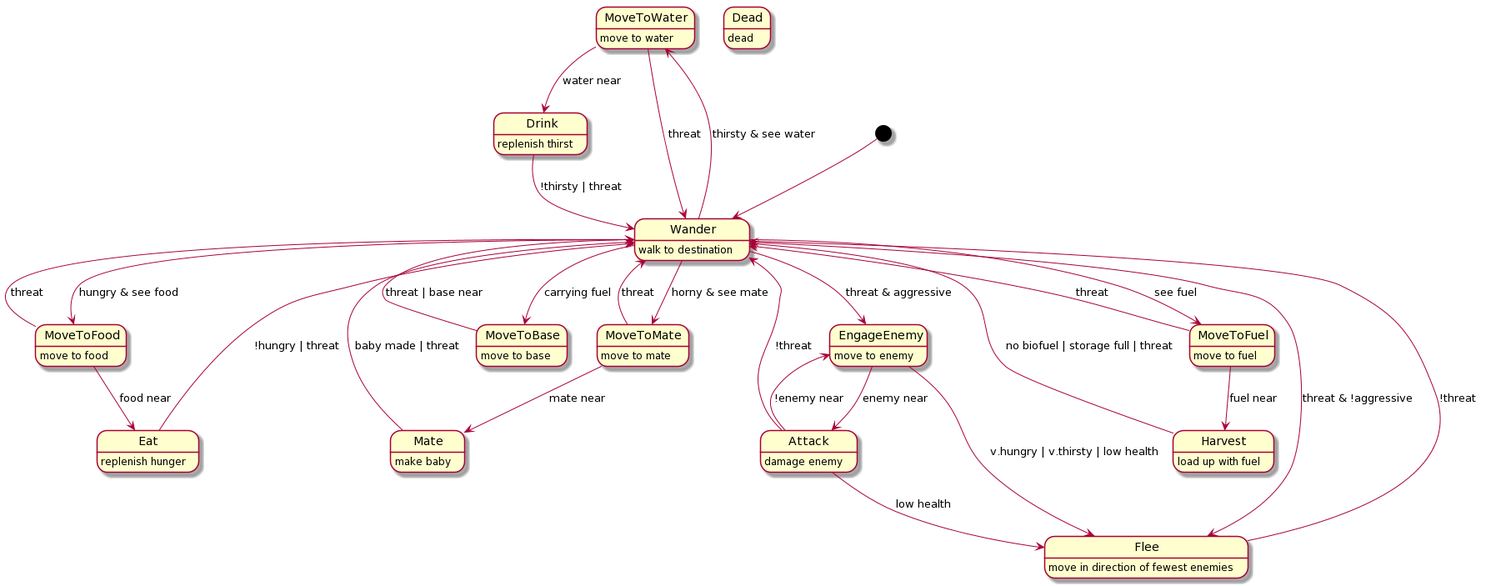
The PlantUML diagram State Diagram/picture.png in pablolluchr/genetica, before a commit.
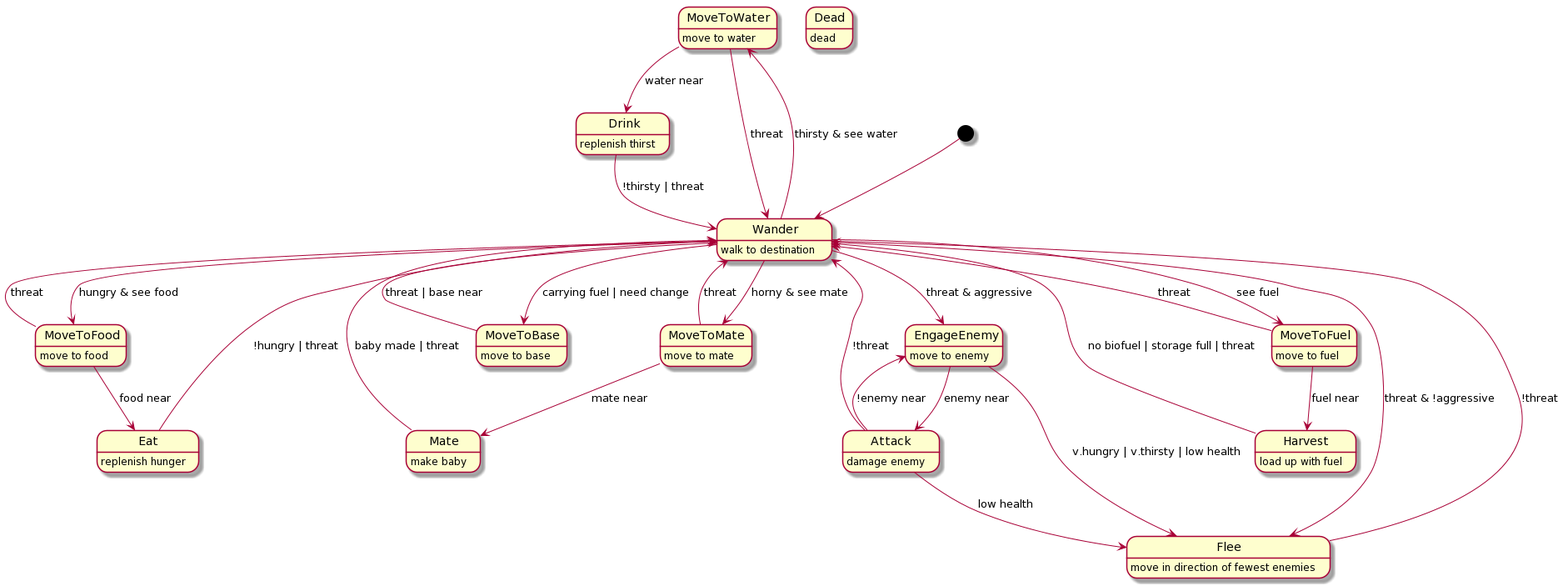
The same file after the commit.

Commit message:
updated state diagrams

The edit, as a diff of the source:
```diff
@@ -50,7 +50,7 @@
 Wander --> Flee : threat & !aggressive
 Wander --> MoveToWater : thirsty & see water
 Wander --> MoveToFood : hungry & see food
-Wander --> MoveToBase : carrying fuel
+Wander --> MoveToBase : carrying fuel | need change
 Wander --> MoveToMate : horny & see mate
 Wander --> MoveToFuel : see fuel
 @enduml
```
